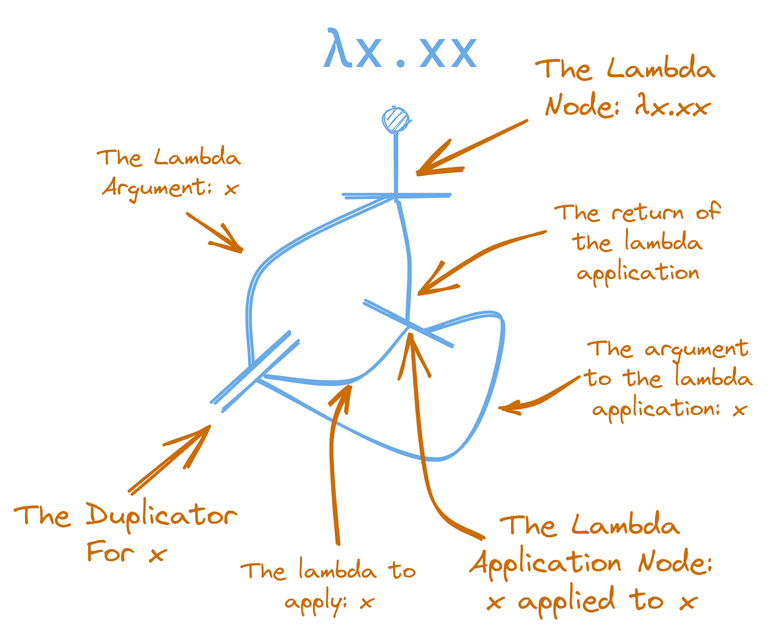
Before: content/interaction-nets-combinators-calculus/lam-x-xx-annotated.excalidraw.png, a diagram exported from Excalidraw (zicklag/blog). Source tidied: one line per element, renumbered; positions are measured from the earlier drawing's top-left corner, leaving out a move shared by most shapes. The source it was exported from:
```json
{"id": 0, "type": "text", "text": "λx.xx", "strokeColor": "#1864ab", "strokeWidth": 1, "roughness": 1, "fontSize": 36, "fontFamily": 3, "textAlign": "center", "x": 204, "y": 0, "width": 105, "height": 43}
{"id": 1, "type": "ellipse", "strokeColor": "#1864ab", "backgroundColor": "#228be6", "fillStyle": "hachure", "strokeWidth": 1, "roughness": 1, "round": true, "x": 246, "y": 62, "width": 15, "height": 15}
{"id": 2, "type": "line", "strokeColor": "#1864ab", "angle": 6.27, "strokeWidth": 2, "roughness": 1, "round": true, "x": 219, "y": 120, "width": 72, "height": 1, "points": [[0, 0], [72, 1]]}
{"id": 3, "type": "line", "strokeColor": "#1864ab", "backgroundColor": "#228be6", "fillStyle": "cross-hatch", "strokeWidth": 2, "roughness": 1, "round": true, "x": 252, "y": 120, "width": 94, "height": 114, "points": [[0, 0], [-87, 48], [-94, 114]]}
{"id": 4, "type": "line", "strokeColor": "#1864ab", "angle": 5.54, "strokeWidth": 2, "roughness": 1, "round": true, "x": 123, "y": 235, "width": 69, "height": 0, "points": [[0, 0], [69, 0]]}
{"id": 5, "type": "line", "strokeColor": "#1864ab", "angle": 5.54, "strokeWidth": 2, "roughness": 1, "round": true, "x": 130, "y": 241, "width": 69, "height": 0, "points": [[0, 0], [69, 0]]}
{"id": 6, "type": "line", "strokeColor": "#1864ab", "angle": 6.27, "strokeWidth": 2, "roughness": 1, "round": true, "x": 233, "y": 191, "width": 58, "height": 31, "points": [[0, 0], [58, 31]]}
{"id": 7, "type": "line", "strokeColor": "#1864ab", "backgroundColor": "#228be6", "fillStyle": "cross-hatch", "strokeWidth": 2, "roughness": 1, "round": true, "x": 166, "y": 242, "width": 97, "height": 35, "points": [[0, 0], [60, 2], [97, -33]]}
{"id": 8, "type": "line", "strokeColor": "#1864ab", "backgroundColor": "#228be6", "fillStyle": "cross-hatch", "strokeWidth": 2, "roughness": 1, "round": true, "x": 256, "y": 124, "width": 7, "height": 80, "points": [[0, 0], [7, 39], [6, 80]]}
{"id": 9, "type": "line", "strokeColor": "#1864ab", "backgroundColor": "#228be6", "fillStyle": "cross-hatch", "strokeWidth": 2, "roughness": 1, "round": true, "x": 162, "y": 243, "width": 165, "height": 91, "points": [[0, 0], [124, 53], [165, -38], [111, -32]]}
{"id": 10, "type": "line", "strokeColor": "#1864ab", "backgroundColor": "#228be6", "fillStyle": "cross-hatch", "strokeWidth": 2, "roughness": 1, "round": true, "x": 254, "y": 79, "width": 0, "height": 45, "points": [[0, 0], [0, 45]]}
{"id": 11, "type": "arrow", "strokeColor": "#e67700", "backgroundColor": "#228be6", "fillStyle": "cross-hatch", "strokeWidth": 2, "roughness": 1, "endArrowhead": "arrow", "round": true, "from": 12, "x": 341, "y": 71, "width": 73, "height": 34, "points": [[0, 0], [-73, 34]]}
{"id": 12, "type": "text", "text": "The Lambda\nNode: λx.xx", "strokeColor": "#e67700", "backgroundColor": "#228be6", "fillStyle": "cross-hatch", "strokeWidth": 2, "roughness": 1, "fontSize": 20, "fontFamily": 1, "textAlign": "center", "x": 348, "y": 22, "width": 120, "height": 50}
{"id": 13, "type": "arrow", "strokeColor": "#e67700", "backgroundColor": "#228be6", "fillStyle": "cross-hatch", "strokeWidth": 2, "roughness": 1, "endArrowhead": "arrow", "round": true, "from": 14, "x": 115, "y": 134, "width": 36, "height": 23, "points": [[0, 0], [36, 23]]}
{"id": 14, "type": "text", "text": "The Lambda\nArgument: x", "strokeColor": "#e67700", "backgroundColor": "#228be6", "fillStyle": "cross-hatch", "strokeWidth": 2, "roughness": 1, "fontSize": 16, "fontFamily": 1, "textAlign": "center", "x": 55, "y": 84, "width": 96, "height": 40}
{"id": 15, "type": "arrow", "strokeColor": "#e67700", "backgroundColor": "#228be6", "fillStyle": "cross-hatch", "strokeWidth": 2, "roughness": 1, "endArrowhead": "arrow", "round": true, "from": 16, "x": 76, "y": 319, "width": 53, "height": 44, "points": [[0, 0], [53, -44]]}
{"id": 16, "type": "text", "text": "The Duplicator\nFor x", "strokeColor": "#e67700", "backgroundColor": "#228be6", "fillStyle": "cross-hatch", "strokeWidth": 2, "roughness": 1, "fontSize": 20, "fontFamily": 1, "textAlign": "center", "x": 0, "y": 320, "width": 148, "height": 50}
{"id": 17, "type": "arrow", "strokeColor": "#e67700", "backgroundColor": "#228be6", "fillStyle": "cross-hatch", "strokeWidth": 2, "roughness": 1, "endArrowhead": "arrow", "round": true, "x": 312, "y": 350, "width": 48, "height": 136, "points": [[0, 0], [-34, -30], [-48, -136]]}
{"id": 18, "type": "text", "text": "The Lambda\nApplication Node:\nx applied to x", "strokeColor": "#e67700", "backgroundColor": "#228be6", "fillStyle": "cross-hatch", "strokeWidth": 2, "roughness": 1, "fontSize": 20, "fontFamily": 1, "textAlign": "center", "x": 302, "y": 326, "width": 163, "height": 75}
{"id": 19, "type": "arrow", "strokeColor": "#e67700", "backgroundColor": "#228be6", "fillStyle": "cross-hatch", "strokeWidth": 2, "roughness": 1, "endArrowhead": "arrow", "round": true, "from": 20, "x": 352, "y": 145, "width": 84, "height": 40, "points": [[0, 0], [-38, 11], [-84, 40]]}
{"id": 20, "type": "text", "text": "The return of\nthe lambda\napplication", "strokeColor": "#e67700", "backgroundColor": "#228be6", "fillStyle": "cross-hatch", "strokeWidth": 2, "roughness": 1, "fontSize": 16, "fontFamily": 1, "textAlign": "center", "x": 360, "y": 121, "width": 110, "height": 60}
{"id": 21, "type": "arrow", "strokeColor": "#e67700", "backgroundColor": "#228be6", "fillStyle": "cross-hatch", "strokeWidth": 2, "roughness": 1, "endArrowhead": "arrow", "round": true, "from": 22, "x": 376, "y": 243, "width": 51, "height": 20, "points": [[0, 0], [-28, 16], [-51, 20]]}
{"id": 22, "type": "text", "text": "The argument\nto the lambda\napplication: x", "strokeColor": "#e67700", "backgroundColor": "#228be6", "fillStyle": "cross-hatch", "strokeWidth": 2, "roughness": 1, "fontSize": 16, "fontFamily": 1, "textAlign": "center", "x": 380, "y": 211, "width": 113, "height": 60}
{"id": 23, "type": "arrow", "strokeColor": "#e67700", "backgroundColor": "#228be6", "fillStyle": "cross-hatch", "strokeWidth": 2, "roughness": 1, "endArrowhead": "arrow", "round": true, "from": 24, "x": 215, "y": 352, "width": 12, "height": 103, "points": [[0, 0], [-4, -70], [8, -103]]}
{"id": 24, "type": "text", "text": "The lambda to\napply: x", "strokeColor": "#e67700", "backgroundColor": "#228be6", "fillStyle": "cross-hatch", "strokeWidth": 2, "roughness": 1, "fontSize": 16, "fontFamily": 1, "textAlign": "center", "x": 151, "y": 360, "width": 116, "height": 40}
```
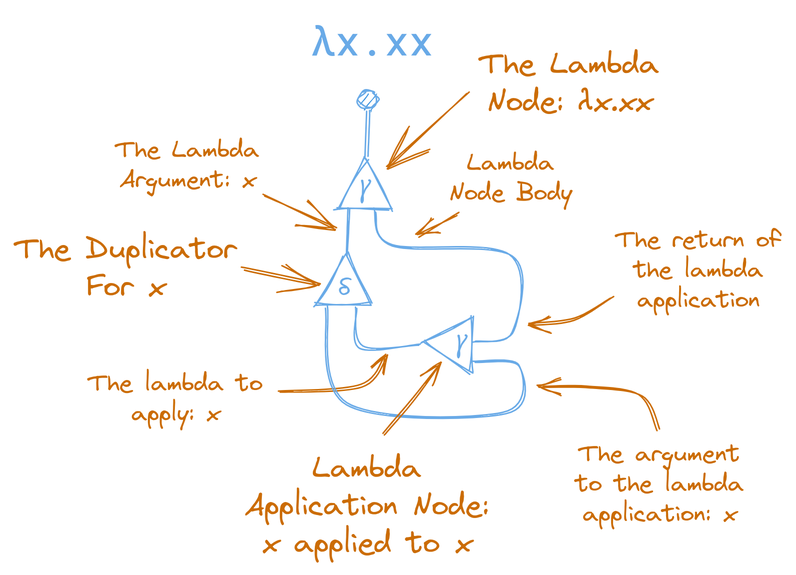
After the commit.

Change to the diagram source:
```diff
@@ -1,25 +1,29 @@
-{"id": 0, "type": "text", "text": "λx.xx", "strokeColor": "#1864ab", "strokeWidth": 1, "roughness": 1, "fontSize": 36, "fontFamily": 3, "textAlign": "center", "x": 204, "y": 0, "width": 105, "height": 43}
-{"id": 1, "type": "ellipse", "strokeColor": "#1864ab", "backgroundColor": "#228be6", "fillStyle": "hachure", "strokeWidth": 1, "roughness": 1, "round": true, "x": 246, "y": 62, "width": 15, "height": 15}
-{"id": 2, "type": "line", "strokeColor": "#1864ab", "angle": 6.27, "strokeWidth": 2, "roughness": 1, "round": true, "x": 219, "y": 120, "width": 72, "height": 1, "points": [[0, 0], [72, 1]]}
-{"id": 3, "type": "line", "strokeColor": "#1864ab", "backgroundColor": "#228be6", "fillStyle": "cross-hatch", "strokeWidth": 2, "roughness": 1, "round": true, "x": 252, "y": 120, "width": 94, "height": 114, "points": [[0, 0], [-87, 48], [-94, 114]]}
-{"id": 4, "type": "line", "strokeColor": "#1864ab", "angle": 5.54, "strokeWidth": 2, "roughness": 1, "round": true, "x": 123, "y": 235, "width": 69, "height": 0, "points": [[0, 0], [69, 0]]}
-{"id": 5, "type": "line", "strokeColor": "#1864ab", "angle": 5.54, "strokeWidth": 2, "roughness": 1, "round": true, "x": 130, "y": 241, "width": 69, "height": 0, "points": [[0, 0], [69, 0]]}
-{"id": 6, "type": "line", "strokeColor": "#1864ab", "angle": 6.27, "strokeWidth": 2, "roughness": 1, "round": true, "x": 233, "y": 191, "width": 58, "height": 31, "points": [[0, 0], [58, 31]]}
-{"id": 7, "type": "line", "strokeColor": "#1864ab", "backgroundColor": "#228be6", "fillStyle": "cross-hatch", "strokeWidth": 2, "roughness": 1, "round": true, "x": 166, "y": 242, "width": 97, "height": 35, "points": [[0, 0], [60, 2], [97, -33]]}
-{"id": 8, "type": "line", "strokeColor": "#1864ab", "backgroundColor": "#228be6", "fillStyle": "cross-hatch", "strokeWidth": 2, "roughness": 1, "round": true, "x": 256, "y": 124, "width": 7, "height": 80, "points": [[0, 0], [7, 39], [6, 80]]}
-{"id": 9, "type": "line", "strokeColor": "#1864ab", "backgroundColor": "#228be6", "fillStyle": "cross-hatch", "strokeWidth": 2, "roughness": 1, "round": true, "x": 162, "y": 243, "width": 165, "height": 91, "points": [[0, 0], [124, 53], [165, -38], [111, -32]]}
-{"id": 10, "type": "line", "strokeColor": "#1864ab", "backgroundColor": "#228be6", "fillStyle": "cross-hatch", "strokeWidth": 2, "roughness": 1, "round": true, "x": 254, "y": 79, "width": 0, "height": 45, "points": [[0, 0], [0, 45]]}
-{"id": 11, "type": "arrow", "strokeColor": "#e67700", "backgroundColor": "#228be6", "fillStyle": "cross-hatch", "strokeWidth": 2, "roughness": 1, "endArrowhead": "arrow", "round": true, "from": 12, "x": 341, "y": 71, "width": 73, "height": 34, "points": [[0, 0], [-73, 34]]}
+{"id": 11, "type": "arrow", "strokeColor": "#e67700", "backgroundColor": "#228be6", "fillStyle": "cross-hatch", "strokeWidth": 1, "roughness": 1, "endArrowhead": "arrow", "round": true, "from": 12, "to": 26, "x": 744, "y": 146, "width": 55, "height": 49, "points": [[0, 0], [-55, 49]]}
-{"id": 12, "type": "text", "text": "The Lambda\nNode: λx.xx", "strokeColor": "#e67700", "backgroundColor": "#228be6", "fillStyle": "cross-hatch", "strokeWidth": 2, "roughness": 1, "fontSize": 20, "fontFamily": 1, "textAlign": "center", "x": 348, "y": 22, "width": 120, "height": 50}
+{"id": 12, "type": "text", "text": "The Lambda\nNode: λx.xx", "strokeColor": "#e67700", "backgroundColor": "#228be6", "fillStyle": "cross-hatch", "strokeWidth": 1, "roughness": 1, "fontSize": 20, "fontFamily": 1, "textAlign": "center", "x": 752, "y": 113, "width": 120, "height": 50}
-{"id": 13, "type": "arrow", "strokeColor": "#e67700", "backgroundColor": "#228be6", "fillStyle": "cross-hatch", "strokeWidth": 2, "roughness": 1, "endArrowhead": "arrow", "round": true, "from": 14, "x": 115, "y": 134, "width": 36, "height": 23, "points": [[0, 0], [36, 23]]}
+{"id": 13, "type": "arrow", "strokeColor": "#e67700", "backgroundColor": "#228be6", "fillStyle": "cross-hatch", "strokeWidth": 1, "roughness": 1, "endArrowhead": "arrow", "round": true, "from": 14, "x": 607, "y": 215, "width": 49, "height": 21, "points": [[0, 0], [49, 21]]}
-{"id": 14, "type": "text", "text": "The Lambda\nArgument: x", "strokeColor": "#e67700", "backgroundColor": "#228be6", "fillStyle": "cross-hatch", "strokeWidth": 2, "roughness": 1, "fontSize": 16, "fontFamily": 1, "textAlign": "center", "x": 55, "y": 84, "width": 96, "height": 40}
+{"id": 14, "type": "text", "text": "The Lambda\nArgument: x", "strokeColor": "#e67700", "backgroundColor": "#228be6", "fillStyle": "cross-hatch", "strokeWidth": 1, "roughness": 1, "fontSize": 16, "fontFamily": 1, "textAlign": "center", "x": 509, "y": 173, "width": 96, "height": 40}
-{"id": 15, "type": "arrow", "strokeColor": "#e67700", "backgroundColor": "#228be6", "fillStyle": "cross-hatch", "strokeWidth": 2, "roughness": 1, "endArrowhead": "arrow", "round": true, "from": 16, "x": 76, "y": 319, "width": 53, "height": 44, "points": [[0, 0], [53, -44]]}
+{"id": 15, "type": "arrow", "strokeColor": "#e67700", "backgroundColor": "#228be6", "fillStyle": "cross-hatch", "strokeWidth": 1, "roughness": 1, "endArrowhead": "arrow", "round": true, "from": 16, "to": 28, "x": 593, "y": 263, "width": 52, "height": 11, "points": [[0, 0], [52, 11]]}
-{"id": 16, "type": "text", "text": "The Duplicator\nFor x", "strokeColor": "#e67700", "backgroundColor": "#228be6", "fillStyle": "cross-hatch", "strokeWidth": 2, "roughness": 1, "fontSize": 20, "fontFamily": 1, "textAlign": "center", "x": 0, "y": 320, "width": 148, "height": 50}
-{"id": 17, "type": "arrow", "strokeColor": "#e67700", "backgroundColor": "#228be6", "fillStyle": "cross-hatch", "strokeWidth": 2, "roughness": 1, "endArrowhead": "arrow", "round": true, "x": 312, "y": 350, "width": 48, "height": 136, "points": [[0, 0], [-34, -30], [-48, -136]]}
-{"id": 18, "type": "text", "text": "The Lambda\nApplication Node:\nx applied to x", "strokeColor": "#e67700", "backgroundColor": "#228be6", "fillStyle": "cross-hatch", "strokeWidth": 2, "roughness": 1, "fontSize": 20, "fontFamily": 1, "textAlign": "center", "x": 302, "y": 326, "width": 163, "height": 75}
+{"id": 18, "type": "text", "text": "Lambda\nApplication Node:\nx applied to x", "strokeColor": "#e67700", "backgroundColor": "#228be6", "fillStyle": "cross-hatch", "strokeWidth": 1, "roughness": 1, "fontSize": 20, "fontFamily": 1, "textAlign": "center", "x": 595, "y": 383, "width": 163, "height": 75}
-{"id": 19, "type": "arrow", "strokeColor": "#e67700", "backgroundColor": "#228be6", "fillStyle": "cross-hatch", "strokeWidth": 2, "roughness": 1, "endArrowhead": "arrow", "round": true, "from": 20, "x": 352, "y": 145, "width": 84, "height": 40, "points": [[0, 0], [-38, 11], [-84, 40]]}
+{"id": 19, "type": "arrow", "strokeColor": "#e67700", "backgroundColor": "#228be6", "fillStyle": "cross-hatch", "strokeWidth": 1, "roughness": 1, "endArrowhead": "arrow", "round": true, "from": 20, "x": 840, "y": 282, "width": 56, "height": 17, "points": [[0, 0], [-25, 13], [-56, 17]]}
-{"id": 20, "type": "text", "text": "The return of\nthe lambda\napplication", "strokeColor": "#e67700", "backgroundColor": "#228be6", "fillStyle": "cross-hatch", "strokeWidth": 2, "roughness": 1, "fontSize": 16, "fontFamily": 1, "textAlign": "center", "x": 360, "y": 121, "width": 110, "height": 60}
+{"id": 20, "type": "text", "text": "The return of\nthe lambda\napplication", "strokeColor": "#e67700", "backgroundColor": "#228be6", "fillStyle": "cross-hatch", "strokeWidth": 1, "roughness": 1, "fontSize": 16, "fontFamily": 1, "textAlign": "center", "x": 842, "y": 233, "width": 110, "height": 60}
-{"id": 21, "type": "arrow", "strokeColor": "#e67700", "backgroundColor": "#228be6", "fillStyle": "cross-hatch", "strokeWidth": 2, "roughness": 1, "endArrowhead": "arrow", "round": true, "from": 22, "x": 376, "y": 243, "width": 51, "height": 20, "points": [[0, 0], [-28, 16], [-51, 20]]}
+{"id": 21, "type": "arrow", "strokeColor": "#e67700", "backgroundColor": "#228be6", "fillStyle": "cross-hatch", "strokeWidth": 1, "roughness": 1, "endArrowhead": "arrow", "round": true, "from": 22, "x": 871, "y": 371, "width": 78, "height": 30, "points": [[0, 0], [-13, -23], [-47, -30], [-78, -29]]}
-{"id": 22, "type": "text", "text": "The argument\nto the lambda\napplication: x", "strokeColor": "#e67700", "backgroundColor": "#228be6", "fillStyle": "cross-hatch", "strokeWidth": 2, "roughness": 1, "fontSize": 16, "fontFamily": 1, "textAlign": "center", "x": 380, "y": 211, "width": 113, "height": 60}
+{"id": 22, "type": "text", "text": "The argument\nto the lambda\napplication: x", "strokeColor": "#e67700", "backgroundColor": "#228be6", "fillStyle": "cross-hatch", "strokeWidth": 1, "roughness": 1, "fontSize": 16, "fontFamily": 1, "textAlign": "center", "x": 815, "y": 376, "width": 113, "height": 60}
-{"id": 23, "type": "arrow", "strokeColor": "#e67700", "backgroundColor": "#228be6", "fillStyle": "cross-hatch", "strokeWidth": 2, "roughness": 1, "endArrowhead": "arrow", "round": true, "from": 24, "x": 215, "y": 352, "width": 12, "height": 103, "points": [[0, 0], [-4, -70], [8, -103]]}
+{"id": 23, "type": "arrow", "strokeColor": "#e67700", "backgroundColor": "#228be6", "fillStyle": "cross-hatch", "strokeWidth": 1, "roughness": 1, "endArrowhead": "arrow", "round": true, "from": 24, "x": 618, "y": 345, "width": 72, "height": 23, "points": [[0, 0], [54, -3], [72, -23]]}
-{"id": 24, "type": "text", "text": "The lambda to\napply: x", "strokeColor": "#e67700", "backgroundColor": "#228be6", "fillStyle": "cross-hatch", "strokeWidth": 2, "roughness": 1, "fontSize": 16, "fontFamily": 1, "textAlign": "center", "x": 151, "y": 360, "width": 116, "height": 40}
+{"id": 24, "type": "text", "text": "The lambda to\napply: x", "strokeColor": "#e67700", "backgroundColor": "#228be6", "fillStyle": "cross-hatch", "strokeWidth": 1, "roughness": 1, "fontSize": 16, "fontFamily": 1, "textAlign": "center", "x": 491, "y": 329, "width": 116, "height": 40}
+{"id": 25, "type": "line", "strokeColor": "#1864ab", "angle": 6.29, "strokeWidth": 1, "roughness": 1, "x": 675, "y": 189, "width": 37, "height": 33, "points": [[0, 0], [-19, 33], [17, 33], [0, 0]]}
+{"id": 26, "type": "text", "text": "γ", "strokeColor": "#1864ab", "backgroundColor": "#ced4da", "fillStyle": "solid", "strokeWidth": 1, "roughness": 1, "fontSize": 16, "fontFamily": 1, "textAlign": "center", "x": 672, "y": 196, "width": 7, "height": 20}
+{"id": 27, "type": "line", "strokeColor": "#1864ab", "angle": 6.29, "strokeWidth": 1, "roughness": 1, "x": 662, "y": 254, "width": 37, "height": 33, "points": [[0, 0], [-19, 33], [17, 33], [0, 0]]}
+{"id": 28, "type": "text", "text": "δ", "strokeColor": "#1864ab", "backgroundColor": "#ced4da", "fillStyle": "solid", "strokeWidth": 1, "roughness": 1, "fontSize": 16, "fontFamily": 1, "textAlign": "center", "x": 657, "y": 265, "width": 9, "height": 20}
+{"id": 29, "type": "arrow", "strokeColor": "#1864ab", "backgroundColor": "#ced4da", "fillStyle": "solid", "strokeWidth": 1, "roughness": 1, "round": true, "from": 26, "to": 28, "x": 664, "y": 224, "width": 2, "height": 29, "points": [[0, 0], [-2, 29]]}
+{"id": 30, "type": "line", "strokeColor": "#1864ab", "angle": 4.71, "strokeWidth": 1, "roughness": 1, "x": 731, "y": 297, "width": 37, "height": 33, "points": [[0, 0], [-19, 33], [17, 33], [0, 0]]}
+{"id": 31, "type": "text", "text": "γ", "strokeColor": "#1864ab", "backgroundColor": "#ced4da", "fillStyle": "solid", "strokeWidth": 1, "roughness": 1, "fontSize": 16, "fontFamily": 1, "textAlign": "center", "x": 736, "y": 299, "width": 7, "height": 20}
+{"id": 32, "type": "arrow", "strokeColor": "#1864ab", "backgroundColor": "#ced4da", "fillStyle": "solid", "strokeWidth": 1, "roughness": 1, "round": true, "from": 28, "x": 668, "y": 289, "width": 44, "height": 26, "points": [[0, 0], [4, 26], [44, 25]]}
+{"id": 33, "type": "arrow", "strokeColor": "#1864ab", "backgroundColor": "#ced4da", "fillStyle": "solid", "strokeWidth": 1, "roughness": 1, "round": true, "from": 28, "to": 31, "x": 650, "y": 289, "width": 128, "height": 71, "points": [[0, 0], [13, 64], [118, 71], [128, 39], [98, 36]]}
+{"id": 34, "type": "arrow", "strokeColor": "#1864ab", "backgroundColor": "#ced4da", "fillStyle": "solid", "strokeWidth": 1, "roughness": 1, "round": true, "from": 31, "to": 26, "x": 748, "y": 311, "width": 93, "height": 87, "points": [[0, 0], [27, -6], [24, -58], [-54, -63], [-67, -87]]}
+{"id": 0, "type": "text", "text": "λx.xx", "strokeColor": "#1864ab", "strokeWidth": 1, "roughness": 1, "fontSize": 28, "fontFamily": 3, "textAlign": "center", "x": 639, "y": 94, "width": 82, "height": 34}
+{"id": 35, "type": "ellipse", "strokeColor": "#1864ab", "backgroundColor": "#228be6", "fillStyle": "hachure", "strokeWidth": 1, "roughness": 1, "round": true, "x": 671, "y": 144, "width": 13, "height": 13}
+{"id": 36, "type": "arrow", "strokeColor": "#1864ab", "backgroundColor": "#ced4da", "fillStyle": "solid", "strokeWidth": 1, "roughness": 1, "round": true, "from": 35, "to": 26, "x": 677, "y": 157, "width": 1, "height": 31, "points": [[0, 0], [-1, 31]]}
+{"id": 37, "type": "arrow", "strokeColor": "#e67700", "backgroundColor": "#ced4da", "fillStyle": "solid", "strokeWidth": 1, "roughness": 1, "endArrowhead": "arrow", "round": true, "from": 18, "to": 31, "x": 687, "y": 374, "width": 39, "height": 48, "points": [[0, 0], [21, -24], [39, -48]]}
+{"id": 16, "type": "text", "text": "The Duplicator\nFor x", "strokeColor": "#e67700", "backgroundColor": "#228be6", "fillStyle": "cross-hatch", "strokeWidth": 1, "roughness": 1, "fontSize": 20, "fontFamily": 1, "textAlign": "center", "x": 442, "y": 237, "width": 148, "height": 50}
+{"id": 38, "type": "text", "text": "Lambda\nNode Body", "strokeColor": "#e67700", "backgroundColor": "#228be6", "fillStyle": "cross-hatch", "strokeWidth": 1, "roughness": 1, "fontSize": 16, "fontFamily": 1, "textAlign": "center", "x": 731, "y": 182, "width": 82, "height": 40}
+{"id": 39, "type": "arrow", "strokeColor": "#e67700", "backgroundColor": "#ced4da", "fillStyle": "solid", "strokeWidth": 1, "roughness": 1, "endArrowhead": "arrow", "round": true, "from": 38, "x": 737, "y": 227, "width": 27, "height": 15, "points": [[0, 0], [-27, 15]]}
```
